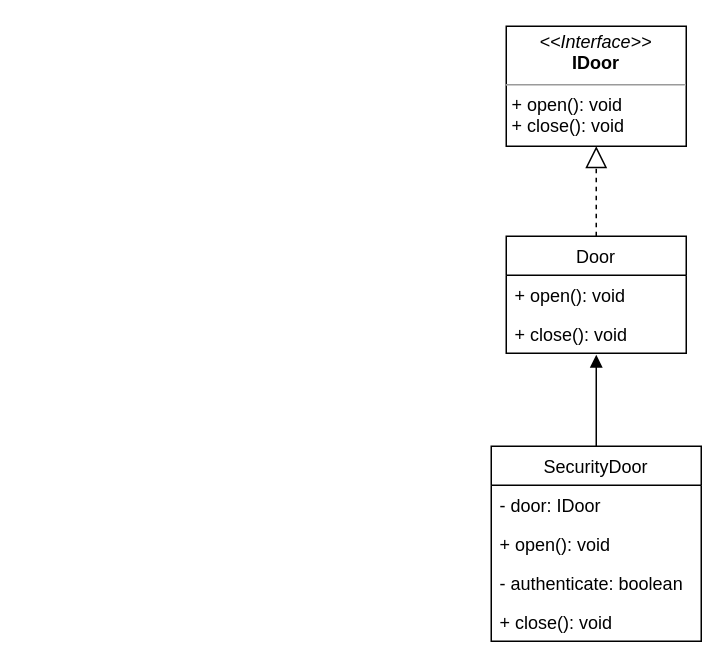
The draw.io diagram Structural_patterns/proxy/proxy.drawio in Nik6996/test_pattern, before the edit. Source tidied: cells renumbered, new cells numbered last; positions are measured from the earlier drawing's top-left corner, leaving out a move shared by most shapes. Both pictures are drawn from the tidied source at 150%, with x=0, y=0 at pixel (420, 26).
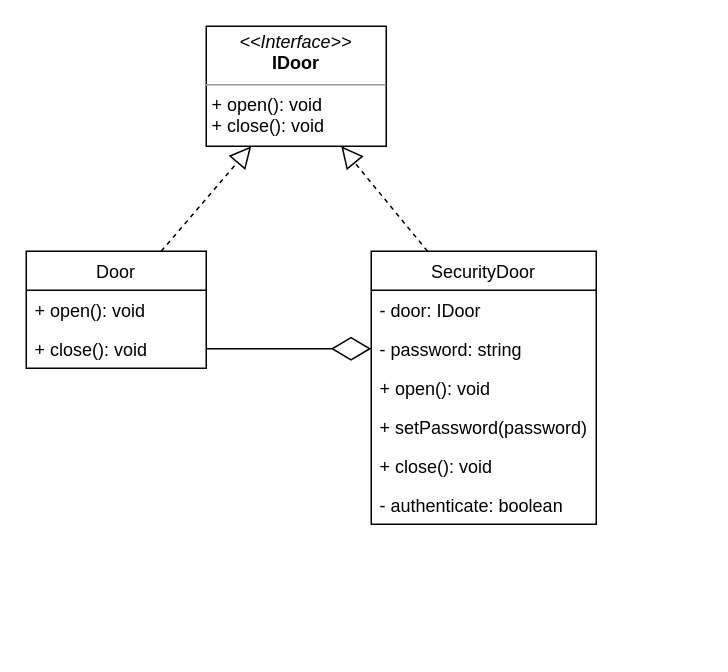
The same diagram, later.

The change refers to these unchanged cells:
```xml
<mxCell id="7" value="+ close(): void" style="text;strokeColor=none;fillColor=none;align=left;verticalAlign=top;spacingLeft=4;spacingRight=4;overflow=hidden;points=[[0,0.5],[1,0.5]];portConstraint=eastwest;" parent="5" vertex="1">
  <mxGeometry y="52" width="120" height="26" as="geometry" />
</mxCell>
```

What changed in the source:
```diff
@@
     <mxCell id="4" value="&lt;p style=&quot;margin: 0px ; margin-top: 4px ; text-align: center&quot;&gt;&lt;i&gt;&amp;lt;&amp;lt;Interface&amp;gt;&amp;gt;&lt;/i&gt;&lt;br&gt;&lt;b&gt;IDoor&lt;/b&gt;&lt;/p&gt;&lt;hr size=&quot;1&quot;&gt;&lt;p style=&quot;margin: 0px ; margin-left: 4px&quot;&gt;&lt;span&gt;+ open(): void&lt;br&gt;&lt;/span&gt;&lt;/p&gt;&lt;p style=&quot;margin: 0px ; margin-left: 4px&quot;&gt;&lt;span&gt;+ close(): void&lt;/span&gt;&lt;/p&gt;" style="verticalAlign=top;align=left;overflow=fill;fontSize=12;fontFamily=Helvetica;html=1;" parent="1" vertex="1">
-      <mxGeometry x="57" width="120" height="80" as="geometry" />
+      <mxGeometry x="-143" width="120" height="80" as="geometry" />
     </mxCell>
     <mxCell id="5" value="Door" style="swimlane;fontStyle=0;horizontal=1;startSize=26;fillColor=none;" parent="1" vertex="1">
-      <mxGeometry x="57" y="140" width="120" height="78" as="geometry" />
+      <mxGeometry x="-263" y="150" width="120" height="78" as="geometry" />
     </mxCell>
@@
-    <mxCell id="8" style="endArrow=block;dashed=1;endFill=0;endSize=12;html=1;exitX=0.5;exitY=0;exitDx=0;exitDy=0;entryX=0.5;entryY=1;entryDx=0;entryDy=0;" parent="1" edge="1" source="5" target="4">
+    <mxCell id="8" style="endArrow=block;dashed=1;endFill=0;endSize=12;html=1;exitX=0.75;exitY=0;exitDx=0;exitDy=0;entryX=0.25;entryY=1;entryDx=0;entryDy=0;" parent="1" edge="1" source="5" target="4">
       <mxGeometry relative="1" as="geometry" />
     </mxCell>
     <mxCell id="9" value="SecurityDoor" style="swimlane;fontStyle=0;horizontal=1;startSize=26;fillColor=none;" parent="1" vertex="1">
-      <mxGeometry x="47" y="280" width="140" height="130" as="geometry" />
+      <mxGeometry x="-33" y="150" width="150" height="182" as="geometry" />
     </mxCell>
     <mxCell id="10" value="- door: IDoor" style="text;strokeColor=none;fillColor=none;align=left;verticalAlign=top;spacingLeft=4;spacingRight=4;overflow=hidden;" parent="9" vertex="1">
-      <mxGeometry y="26" width="140" height="26" as="geometry" />
+      <mxGeometry y="26" width="150" height="26" as="geometry" />
     </mxCell>
+    <mxCell id="15" value="- password: string" style="text;strokeColor=none;fillColor=none;align=left;verticalAlign=top;spacingLeft=4;spacingRight=4;overflow=hidden;points=[[0,0.5],[1,0.5]];portConstraint=eastwest;" parent="9" vertex="1">
+      <mxGeometry y="52" width="150" height="26" as="geometry" />
+    </mxCell>
     <mxCell id="11" value="+ open(): void&#10;" style="text;strokeColor=none;fillColor=none;align=left;verticalAlign=top;spacingLeft=4;spacingRight=4;overflow=hidden;" parent="9" vertex="1">
-      <mxGeometry y="52" width="140" height="26" as="geometry" />
+      <mxGeometry y="78" width="150" height="26" as="geometry" />
     </mxCell>
+    <mxCell id="16" value="+ setPassword(password)&#10;" style="text;strokeColor=none;fillColor=none;align=left;verticalAlign=top;spacingLeft=4;spacingRight=4;overflow=hidden;" parent="9" vertex="1">
+      <mxGeometry y="104" width="150" height="26" as="geometry" />
+    </mxCell>
+    <mxCell id="13" value="+ close(): void" style="text;strokeColor=none;fillColor=none;align=left;verticalAlign=top;spacingLeft=4;spacingRight=4;overflow=hidden;" parent="9" vertex="1">
+      <mxGeometry y="130" width="150" height="26" as="geometry" />
+    </mxCell>
     <mxCell id="12" value="- authenticate: boolean" style="text;strokeColor=none;fillColor=none;align=left;verticalAlign=top;spacingLeft=4;spacingRight=4;overflow=hidden;" parent="9" vertex="1">
-      <mxGeometry y="78" width="140" height="26" as="geometry" />
+      <mxGeometry y="156" width="150" height="26" as="geometry" />
     </mxCell>
-    <mxCell id="13" value="+ close(): void" style="text;strokeColor=none;fillColor=none;align=left;verticalAlign=top;spacingLeft=4;spacingRight=4;overflow=hidden;" parent="9" vertex="1">
-      <mxGeometry y="104" width="140" height="26" as="geometry" />
-    </mxCell>
-    <mxCell id="14" style="endArrow=block;endFill=1;html=1;edgeStyle=orthogonalEdgeStyle;align=left;verticalAlign=top;exitX=0.5;exitY=0;exitDx=0;exitDy=0;" parent="1" edge="1" source="9">
-      <mxGeometry x="-1" relative="1" as="geometry">
-        <mxPoint x="117" y="219" as="targetPoint" />
-      </mxGeometry>
+    <mxCell id="14" style="endArrow=block;dashed=1;endFill=0;endSize=12;html=1;entryX=0.75;entryY=1;entryDx=0;entryDy=0;exitX=0.25;exitY=0;exitDx=0;exitDy=0;" parent="1" edge="1" source="9" target="4">
+      <mxGeometry relative="1" as="geometry" />
     </mxCell>
+    <mxCell id="17" style="endArrow=diamondThin;endFill=0;endSize=24;html=1;exitX=1;exitY=0.5;exitDx=0;exitDy=0;entryX=0;entryY=0.5;entryDx=0;entryDy=0;" parent="1" edge="1" source="7" target="15">
+      <mxGeometry relative="1" as="geometry" />
+    </mxCell>
```
